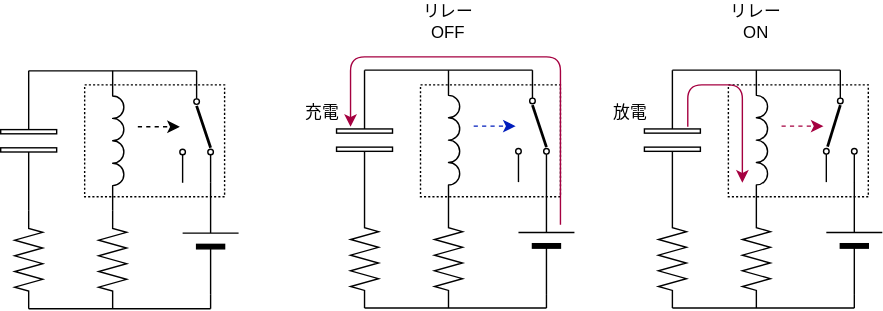
Next-MICON/Next-MOCON.github.io keeps this draw.io diagram as RelayComputer/img/clock-gen.drawio.svg. Above is the earlier version. Source tidied: cells renumbered, new cells last; positions are measured from the earlier drawing's top-left corner, leaving out a move shared by most shapes.
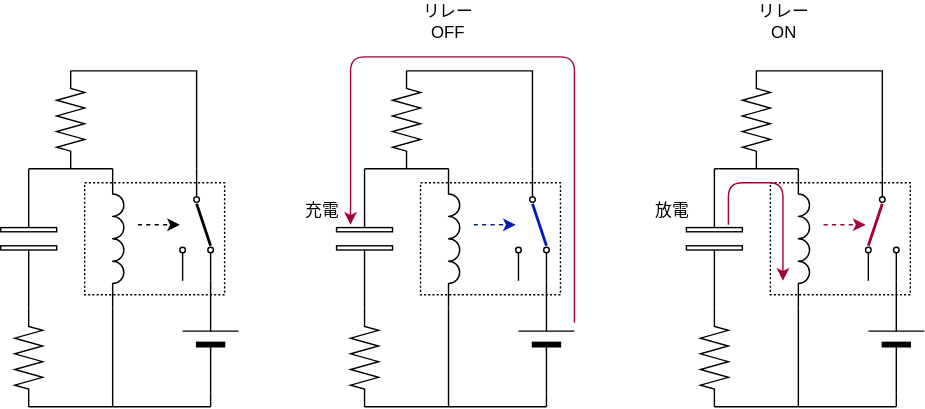
The same file after the commit.

Diff of the diagram source:
```diff
@@ -2,12 +2,6 @@
   <root>
     <mxCell id="0" />
     <mxCell id="1" parent="0" />
-    <mxCell id="2" style="rounded=0;whiteSpace=wrap;html=1;dashed=1;strokeWidth=0.5;" parent="1" vertex="1">
-      <mxGeometry x="520" y="60" width="100" height="80" as="geometry" />
-    </mxCell>
-    <mxCell id="3" style="rounded=0;whiteSpace=wrap;html=1;dashed=1;strokeWidth=0.5;" parent="1" vertex="1">
-      <mxGeometry x="300" y="60" width="100" height="80" as="geometry" />
-    </mxCell>
     <mxCell id="4" style="rounded=0;whiteSpace=wrap;html=1;dashed=1;strokeWidth=0.5;" parent="1" vertex="1">
       <mxGeometry x="60" y="60" width="100" height="80" as="geometry" />
     </mxCell>
@@ -18,7 +12,7 @@
       <mxGeometry x="10" y="150" width="20" height="70" as="geometry" />
     </mxCell>
     <mxCell id="7" style="verticalLabelPosition=bottom;shadow=0;dashed=0;align=center;html=1;verticalAlign=top;shape=mxgraph.electrical.resistors.resistor_2;direction=south;" parent="1" vertex="1">
-      <mxGeometry x="70" y="150" width="20" height="70" as="geometry" />
+      <mxGeometry x="40" y="-20" width="20" height="70" as="geometry" />
     </mxCell>
     <mxCell id="8" style="verticalLabelPosition=bottom;shadow=0;dashed=0;align=center;fillColor=#000000;html=1;verticalAlign=top;strokeWidth=1;shape=mxgraph.electrical.miscellaneous.monocell_battery;direction=north;" parent="1" vertex="1">
       <mxGeometry x="130" y="130" width="40" height="80" as="geometry" />
@@ -39,7 +33,7 @@
     </mxCell>
     <mxCell id="12" style="endArrow=none;html=1;exitX=0;exitY=0.5;exitDx=0;exitDy=0;exitPerimeter=0;" parent="1" edge="1" source="5">
       <mxGeometry relative="1" as="geometry">
-        <mxPoint x="140" y="50" as="targetPoint" />
+        <mxPoint x="80" y="50" as="targetPoint" />
       </mxGeometry>
     </mxCell>
     <mxCell id="13" style="ellipse;whiteSpace=wrap;html=1;fillColor=#FFFFFF;" parent="1" vertex="1">
@@ -81,176 +75,225 @@
         <mxPoint x="128" y="90" as="targetPoint" />
       </mxGeometry>
     </mxCell>
-    <mxCell id="21" style="verticalLabelPosition=bottom;shadow=0;dashed=0;align=center;html=1;verticalAlign=top;shape=mxgraph.electrical.capacitors.capacitor_4;direction=south;" parent="1" vertex="1">
-      <mxGeometry x="240" y="49.5" width="40" height="100" as="geometry" />
-    </mxCell>
-    <mxCell id="22" style="verticalLabelPosition=bottom;shadow=0;dashed=0;align=center;html=1;verticalAlign=top;shape=mxgraph.electrical.resistors.resistor_2;direction=south;" parent="1" vertex="1">
-      <mxGeometry x="250" y="149.5" width="20" height="70" as="geometry" />
-    </mxCell>
-    <mxCell id="23" style="verticalLabelPosition=bottom;shadow=0;dashed=0;align=center;html=1;verticalAlign=top;shape=mxgraph.electrical.resistors.resistor_2;direction=south;" parent="1" vertex="1">
-      <mxGeometry x="310" y="149.5" width="20" height="70" as="geometry" />
-    </mxCell>
-    <mxCell id="24" style="verticalLabelPosition=bottom;shadow=0;dashed=0;align=center;fillColor=#000000;html=1;verticalAlign=top;strokeWidth=1;shape=mxgraph.electrical.miscellaneous.monocell_battery;direction=north;" parent="1" vertex="1">
-      <mxGeometry x="370" y="129.5" width="40" height="80" as="geometry" />
-    </mxCell>
-    <mxCell id="25" style="verticalLabelPosition=bottom;shadow=0;dashed=0;align=center;html=1;verticalAlign=top;shape=mxgraph.electrical.inductors.inductor_3;direction=south;" parent="1" vertex="1">
-      <mxGeometry x="320" y="49.5" width="8" height="100" as="geometry" />
-    </mxCell>
-    <mxCell id="26" style="endArrow=none;html=1;" parent="1" edge="1">
-      <mxGeometry relative="1" as="geometry">
-        <mxPoint x="260" y="219.5" as="sourcePoint" />
-        <mxPoint x="390" y="219.5" as="targetPoint" />
-      </mxGeometry>
-    </mxCell>
-    <mxCell id="27" style="endArrow=none;html=1;entryX=0;entryY=0.5;entryDx=0;entryDy=0;entryPerimeter=0;" parent="1" edge="1" target="24">
-      <mxGeometry relative="1" as="geometry">
-        <mxPoint x="390" y="219.5" as="sourcePoint" />
-      </mxGeometry>
-    </mxCell>
-    <mxCell id="28" style="endArrow=none;html=1;exitX=0;exitY=0.5;exitDx=0;exitDy=0;exitPerimeter=0;" parent="1" edge="1" source="21">
-      <mxGeometry relative="1" as="geometry">
-        <mxPoint x="380" y="49.5" as="targetPoint" />
-      </mxGeometry>
-    </mxCell>
-    <mxCell id="29" style="ellipse;whiteSpace=wrap;html=1;fillColor=#FFFFFF;" parent="1" vertex="1">
-      <mxGeometry x="368" y="105.5" width="4" height="4" as="geometry" />
-    </mxCell>
-    <mxCell id="30" style="ellipse;whiteSpace=wrap;html=1;fillColor=#FFFFFF;" parent="1" vertex="1">
-      <mxGeometry x="378" y="69.5" width="4" height="4" as="geometry" />
-    </mxCell>
-    <mxCell id="31" style="ellipse;whiteSpace=wrap;html=1;fillColor=#FFFFFF;" parent="1" vertex="1">
-      <mxGeometry x="388" y="105.5" width="4" height="4" as="geometry" />
-    </mxCell>
-    <mxCell id="32" style="endArrow=none;html=1;" parent="1" edge="1">
-      <mxGeometry relative="1" as="geometry">
-        <mxPoint x="370" y="129.5" as="sourcePoint" />
-        <mxPoint x="370" y="109.5" as="targetPoint" />
-      </mxGeometry>
-    </mxCell>
-    <mxCell id="33" style="endArrow=none;html=1;" parent="1" edge="1">
-      <mxGeometry relative="1" as="geometry">
-        <mxPoint x="390" y="129.5" as="sourcePoint" />
-        <mxPoint x="390" y="109.5" as="targetPoint" />
-      </mxGeometry>
-    </mxCell>
-    <mxCell id="34" style="endArrow=none;html=1;" parent="1" edge="1">
-      <mxGeometry relative="1" as="geometry">
-        <mxPoint x="380" y="69.5" as="sourcePoint" />
-        <mxPoint x="380" y="49.5" as="targetPoint" />
-      </mxGeometry>
-    </mxCell>
-    <mxCell id="35" style="endArrow=none;html=1;strokeWidth=2;" parent="1" edge="1">
-      <mxGeometry relative="1" as="geometry">
-        <mxPoint x="390" y="104.5" as="sourcePoint" />
-        <mxPoint x="380" y="74.5" as="targetPoint" />
-      </mxGeometry>
-    </mxCell>
-    <mxCell id="36" style="endArrow=classic;html=1;dashed=1;fillColor=#0050ef;strokeColor=#001DBC;" parent="1" edge="1">
-      <mxGeometry relative="1" as="geometry">
-        <mxPoint x="338" y="89.5" as="sourcePoint" />
-        <mxPoint x="368" y="89.5" as="targetPoint" />
-      </mxGeometry>
-    </mxCell>
     <mxCell id="37" value="リレーOFF" style="text;html=1;strokeColor=none;fillColor=none;align=center;verticalAlign=middle;whiteSpace=wrap;rounded=0;" parent="1" vertex="1">
-      <mxGeometry x="300" width="40" height="30" as="geometry" />
+      <mxGeometry x="300" y="-70" width="40" height="30" as="geometry" />
     </mxCell>
     <mxCell id="38" style="endArrow=classic;html=1;fillColor=#d80073;strokeColor=#A50040;" parent="1" edge="1">
       <mxGeometry relative="1" as="geometry">
-        <mxPoint x="400" y="160" as="sourcePoint" />
+        <mxPoint x="410" y="160" as="sourcePoint" />
         <mxPoint x="250" y="90" as="targetPoint" />
         <Array as="points">
-          <mxPoint x="400" y="40" />
-          <mxPoint x="250" y="40" />
+          <mxPoint x="410" y="-30" />
+          <mxPoint x="250" y="-30" />
         </Array>
       </mxGeometry>
     </mxCell>
-    <mxCell id="39" style="verticalLabelPosition=bottom;shadow=0;dashed=0;align=center;html=1;verticalAlign=top;shape=mxgraph.electrical.capacitors.capacitor_4;direction=south;" parent="1" vertex="1">
-      <mxGeometry x="460" y="49.5" width="40" height="100" as="geometry" />
-    </mxCell>
-    <mxCell id="40" style="verticalLabelPosition=bottom;shadow=0;dashed=0;align=center;html=1;verticalAlign=top;shape=mxgraph.electrical.resistors.resistor_2;direction=south;" parent="1" vertex="1">
-      <mxGeometry x="470" y="149.5" width="20" height="70" as="geometry" />
-    </mxCell>
-    <mxCell id="41" style="verticalLabelPosition=bottom;shadow=0;dashed=0;align=center;html=1;verticalAlign=top;shape=mxgraph.electrical.resistors.resistor_2;direction=south;" parent="1" vertex="1">
-      <mxGeometry x="530" y="149.5" width="20" height="70" as="geometry" />
-    </mxCell>
-    <mxCell id="42" style="verticalLabelPosition=bottom;shadow=0;dashed=0;align=center;fillColor=#000000;html=1;verticalAlign=top;strokeWidth=1;shape=mxgraph.electrical.miscellaneous.monocell_battery;direction=north;" parent="1" vertex="1">
-      <mxGeometry x="590" y="129.5" width="40" height="80" as="geometry" />
-    </mxCell>
-    <mxCell id="43" style="verticalLabelPosition=bottom;shadow=0;dashed=0;align=center;html=1;verticalAlign=top;shape=mxgraph.electrical.inductors.inductor_3;direction=south;" parent="1" vertex="1">
-      <mxGeometry x="540" y="49.5" width="8" height="100" as="geometry" />
-    </mxCell>
-    <mxCell id="44" style="endArrow=none;html=1;" parent="1" edge="1">
-      <mxGeometry relative="1" as="geometry">
-        <mxPoint x="480" y="219.5" as="sourcePoint" />
-        <mxPoint x="610" y="219.5" as="targetPoint" />
-      </mxGeometry>
-    </mxCell>
-    <mxCell id="45" style="endArrow=none;html=1;entryX=0;entryY=0.5;entryDx=0;entryDy=0;entryPerimeter=0;" parent="1" edge="1" target="42">
-      <mxGeometry relative="1" as="geometry">
-        <mxPoint x="610" y="219.5" as="sourcePoint" />
-      </mxGeometry>
-    </mxCell>
-    <mxCell id="46" style="endArrow=none;html=1;exitX=0;exitY=0.5;exitDx=0;exitDy=0;exitPerimeter=0;" parent="1" edge="1" source="39">
-      <mxGeometry relative="1" as="geometry">
-        <mxPoint x="600" y="49.5" as="targetPoint" />
-      </mxGeometry>
-    </mxCell>
-    <mxCell id="47" style="ellipse;whiteSpace=wrap;html=1;fillColor=#FFFFFF;" parent="1" vertex="1">
-      <mxGeometry x="588" y="105.5" width="4" height="4" as="geometry" />
-    </mxCell>
-    <mxCell id="48" style="ellipse;whiteSpace=wrap;html=1;fillColor=#FFFFFF;" parent="1" vertex="1">
-      <mxGeometry x="598" y="69.5" width="4" height="4" as="geometry" />
-    </mxCell>
-    <mxCell id="49" style="ellipse;whiteSpace=wrap;html=1;fillColor=#FFFFFF;" parent="1" vertex="1">
-      <mxGeometry x="608" y="105.5" width="4" height="4" as="geometry" />
-    </mxCell>
-    <mxCell id="50" style="endArrow=none;html=1;" parent="1" edge="1">
-      <mxGeometry relative="1" as="geometry">
-        <mxPoint x="590" y="129.5" as="sourcePoint" />
-        <mxPoint x="590" y="109.5" as="targetPoint" />
-      </mxGeometry>
-    </mxCell>
-    <mxCell id="51" style="endArrow=none;html=1;" parent="1" edge="1">
-      <mxGeometry relative="1" as="geometry">
-        <mxPoint x="610" y="129.5" as="sourcePoint" />
-        <mxPoint x="610" y="109.5" as="targetPoint" />
-      </mxGeometry>
-    </mxCell>
-    <mxCell id="52" style="endArrow=none;html=1;" parent="1" edge="1">
-      <mxGeometry relative="1" as="geometry">
-        <mxPoint x="600" y="69.5" as="sourcePoint" />
-        <mxPoint x="600" y="49.5" as="targetPoint" />
-      </mxGeometry>
-    </mxCell>
-    <mxCell id="53" style="endArrow=none;html=1;strokeWidth=2;exitX=0.546;exitY=-5.361;exitDx=0;exitDy=0;exitPerimeter=0;" parent="1" edge="1" source="43">
-      <mxGeometry relative="1" as="geometry">
-        <mxPoint x="600" y="74.5" as="targetPoint" />
-      </mxGeometry>
-    </mxCell>
-    <mxCell id="54" style="endArrow=classic;html=1;dashed=1;fillColor=#d80073;strokeColor=#A50040;" parent="1" edge="1">
-      <mxGeometry relative="1" as="geometry">
-        <mxPoint x="558" y="89.5" as="sourcePoint" />
-        <mxPoint x="588" y="89.5" as="targetPoint" />
-      </mxGeometry>
-    </mxCell>
     <mxCell id="55" value="リレーON" style="text;html=1;strokeColor=none;fillColor=none;align=center;verticalAlign=middle;whiteSpace=wrap;rounded=0;" parent="1" vertex="1">
-      <mxGeometry x="520" width="40" height="30" as="geometry" />
+      <mxGeometry x="540" y="-70" width="40" height="30" as="geometry" />
     </mxCell>
-    <mxCell id="56" style="endArrow=classic;html=1;fillColor=#d80073;strokeColor=#A50040;" parent="1" edge="1">
-      <mxGeometry relative="1" as="geometry">
-        <mxPoint x="491" y="90" as="sourcePoint" />
-        <mxPoint x="530" y="130" as="targetPoint" />
-        <Array as="points">
-          <mxPoint x="491" y="60" />
-          <mxPoint x="530" y="60" />
-        </Array>
-      </mxGeometry>
-    </mxCell>
     <mxCell id="57" value="充電" style="text;html=1;strokeColor=none;fillColor=none;align=center;verticalAlign=middle;whiteSpace=wrap;rounded=0;dashed=1;" parent="1" vertex="1">
       <mxGeometry x="210" y="70" width="40" height="20" as="geometry" />
     </mxCell>
     <mxCell id="58" value="放電" style="text;html=1;strokeColor=none;fillColor=none;align=center;verticalAlign=middle;whiteSpace=wrap;rounded=0;dashed=1;" parent="1" vertex="1">
-      <mxGeometry x="430" y="70" width="40" height="20" as="geometry" />
+      <mxGeometry x="460" y="70" width="40" height="20" as="geometry" />
     </mxCell>
+    <mxCell id="59" style="endArrow=none;html=1;exitX=0;exitY=0.5;exitDx=0;exitDy=0;exitPerimeter=0;rounded=0;" parent="1" edge="1" source="7">
+      <mxGeometry relative="1" as="geometry">
+        <mxPoint x="140" y="50" as="targetPoint" />
+        <Array as="points">
+          <mxPoint x="140" y="-20" />
+        </Array>
+      </mxGeometry>
+    </mxCell>
+    <mxCell id="60" style="endArrow=none;html=1;" parent="1" edge="1">
+      <mxGeometry relative="1" as="geometry">
+        <mxPoint x="80" y="220" as="sourcePoint" />
+        <mxPoint x="80" y="150" as="targetPoint" />
+      </mxGeometry>
+    </mxCell>
+    <mxCell id="3" style="rounded=0;whiteSpace=wrap;html=1;dashed=1;strokeWidth=0.5;" parent="1" vertex="1">
+      <mxGeometry x="300" y="60" width="100" height="80" as="geometry" />
+    </mxCell>
+    <mxCell id="61" style="verticalLabelPosition=bottom;shadow=0;dashed=0;align=center;html=1;verticalAlign=top;shape=mxgraph.electrical.capacitors.capacitor_4;direction=south;" parent="1" vertex="1">
+      <mxGeometry x="240" y="50" width="40" height="100" as="geometry" />
+    </mxCell>
+    <mxCell id="62" style="verticalLabelPosition=bottom;shadow=0;dashed=0;align=center;html=1;verticalAlign=top;shape=mxgraph.electrical.resistors.resistor_2;direction=south;" parent="1" vertex="1">
+      <mxGeometry x="250" y="150" width="20" height="70" as="geometry" />
+    </mxCell>
+    <mxCell id="63" style="verticalLabelPosition=bottom;shadow=0;dashed=0;align=center;html=1;verticalAlign=top;shape=mxgraph.electrical.resistors.resistor_2;direction=south;" parent="1" vertex="1">
+      <mxGeometry x="280" y="-20" width="20" height="70" as="geometry" />
+    </mxCell>
+    <mxCell id="64" style="verticalLabelPosition=bottom;shadow=0;dashed=0;align=center;fillColor=#000000;html=1;verticalAlign=top;strokeWidth=1;shape=mxgraph.electrical.miscellaneous.monocell_battery;direction=north;" parent="1" vertex="1">
+      <mxGeometry x="370" y="130" width="40" height="80" as="geometry" />
+    </mxCell>
+    <mxCell id="65" style="verticalLabelPosition=bottom;shadow=0;dashed=0;align=center;html=1;verticalAlign=top;shape=mxgraph.electrical.inductors.inductor_3;direction=south;" parent="1" vertex="1">
+      <mxGeometry x="320" y="50" width="8" height="100" as="geometry" />
+    </mxCell>
+    <mxCell id="66" style="endArrow=none;html=1;" parent="1" edge="1">
+      <mxGeometry relative="1" as="geometry">
+        <mxPoint x="260" y="220" as="sourcePoint" />
+        <mxPoint x="390" y="220" as="targetPoint" />
+      </mxGeometry>
+    </mxCell>
+    <mxCell id="67" style="endArrow=none;html=1;entryX=0;entryY=0.5;entryDx=0;entryDy=0;entryPerimeter=0;" parent="1" edge="1" target="64">
+      <mxGeometry relative="1" as="geometry">
+        <mxPoint x="390" y="220" as="sourcePoint" />
+      </mxGeometry>
+    </mxCell>
+    <mxCell id="68" style="endArrow=none;html=1;exitX=0;exitY=0.5;exitDx=0;exitDy=0;exitPerimeter=0;" parent="1" edge="1" source="61">
+      <mxGeometry relative="1" as="geometry">
+        <mxPoint x="320" y="50" as="targetPoint" />
+      </mxGeometry>
+    </mxCell>
+    <mxCell id="69" style="ellipse;whiteSpace=wrap;html=1;fillColor=#FFFFFF;" parent="1" vertex="1">
+      <mxGeometry x="368" y="106" width="4" height="4" as="geometry" />
+    </mxCell>
+    <mxCell id="70" style="ellipse;whiteSpace=wrap;html=1;fillColor=#FFFFFF;" parent="1" vertex="1">
+      <mxGeometry x="378" y="70" width="4" height="4" as="geometry" />
+    </mxCell>
+    <mxCell id="71" style="ellipse;whiteSpace=wrap;html=1;fillColor=#FFFFFF;" parent="1" vertex="1">
+      <mxGeometry x="388" y="106" width="4" height="4" as="geometry" />
+    </mxCell>
+    <mxCell id="72" style="endArrow=none;html=1;" parent="1" edge="1">
+      <mxGeometry relative="1" as="geometry">
+        <mxPoint x="370" y="130" as="sourcePoint" />
+        <mxPoint x="370" y="110" as="targetPoint" />
+      </mxGeometry>
+    </mxCell>
+    <mxCell id="73" style="endArrow=none;html=1;" parent="1" edge="1">
+      <mxGeometry relative="1" as="geometry">
+        <mxPoint x="390" y="130" as="sourcePoint" />
+        <mxPoint x="390" y="110" as="targetPoint" />
+      </mxGeometry>
+    </mxCell>
+    <mxCell id="74" style="endArrow=none;html=1;" parent="1" edge="1">
+      <mxGeometry relative="1" as="geometry">
+        <mxPoint x="380" y="70" as="sourcePoint" />
+        <mxPoint x="380" y="50" as="targetPoint" />
+      </mxGeometry>
+    </mxCell>
+    <mxCell id="75" style="endArrow=none;html=1;strokeWidth=2;fillColor=#0050ef;strokeColor=#001DBC;" parent="1" edge="1">
+      <mxGeometry relative="1" as="geometry">
+        <mxPoint x="390" y="105" as="sourcePoint" />
+        <mxPoint x="380" y="75" as="targetPoint" />
+      </mxGeometry>
+    </mxCell>
+    <mxCell id="76" style="endArrow=classic;html=1;dashed=1;fillColor=#0050ef;strokeColor=#001DBC;" parent="1" edge="1">
+      <mxGeometry relative="1" as="geometry">
+        <mxPoint x="338" y="90" as="sourcePoint" />
+        <mxPoint x="368" y="90" as="targetPoint" />
+      </mxGeometry>
+    </mxCell>
+    <mxCell id="77" style="endArrow=none;html=1;exitX=0;exitY=0.5;exitDx=0;exitDy=0;exitPerimeter=0;rounded=0;" parent="1" edge="1" source="63">
+      <mxGeometry relative="1" as="geometry">
+        <mxPoint x="380" y="50" as="targetPoint" />
+        <Array as="points">
+          <mxPoint x="380" y="-20" />
+        </Array>
+      </mxGeometry>
+    </mxCell>
+    <mxCell id="78" style="endArrow=none;html=1;" parent="1" edge="1">
+      <mxGeometry relative="1" as="geometry">
+        <mxPoint x="320" y="220" as="sourcePoint" />
+        <mxPoint x="320" y="150" as="targetPoint" />
+      </mxGeometry>
+    </mxCell>
+    <mxCell id="79" style="rounded=0;whiteSpace=wrap;html=1;dashed=1;strokeWidth=0.5;" parent="1" vertex="1">
+      <mxGeometry x="550" y="60" width="100" height="80" as="geometry" />
+    </mxCell>
+    <mxCell id="80" style="verticalLabelPosition=bottom;shadow=0;dashed=0;align=center;html=1;verticalAlign=top;shape=mxgraph.electrical.capacitors.capacitor_4;direction=south;" parent="1" vertex="1">
+      <mxGeometry x="490" y="50" width="40" height="100" as="geometry" />
+    </mxCell>
+    <mxCell id="81" style="verticalLabelPosition=bottom;shadow=0;dashed=0;align=center;html=1;verticalAlign=top;shape=mxgraph.electrical.resistors.resistor_2;direction=south;" parent="1" vertex="1">
+      <mxGeometry x="500" y="150" width="20" height="70" as="geometry" />
+    </mxCell>
+    <mxCell id="82" style="verticalLabelPosition=bottom;shadow=0;dashed=0;align=center;html=1;verticalAlign=top;shape=mxgraph.electrical.resistors.resistor_2;direction=south;" parent="1" vertex="1">
+      <mxGeometry x="530" y="-20" width="20" height="70" as="geometry" />
+    </mxCell>
+    <mxCell id="83" style="verticalLabelPosition=bottom;shadow=0;dashed=0;align=center;fillColor=#000000;html=1;verticalAlign=top;strokeWidth=1;shape=mxgraph.electrical.miscellaneous.monocell_battery;direction=north;" parent="1" vertex="1">
+      <mxGeometry x="620" y="130" width="40" height="80" as="geometry" />
+    </mxCell>
+    <mxCell id="84" style="verticalLabelPosition=bottom;shadow=0;dashed=0;align=center;html=1;verticalAlign=top;shape=mxgraph.electrical.inductors.inductor_3;direction=south;" parent="1" vertex="1">
+      <mxGeometry x="570" y="50" width="8" height="100" as="geometry" />
+    </mxCell>
+    <mxCell id="85" style="endArrow=none;html=1;" parent="1" edge="1">
+      <mxGeometry relative="1" as="geometry">
+        <mxPoint x="510" y="220" as="sourcePoint" />
+        <mxPoint x="640" y="220" as="targetPoint" />
+      </mxGeometry>
+    </mxCell>
+    <mxCell id="86" style="endArrow=none;html=1;entryX=0;entryY=0.5;entryDx=0;entryDy=0;entryPerimeter=0;" parent="1" edge="1" target="83">
+      <mxGeometry relative="1" as="geometry">
+        <mxPoint x="640" y="220" as="sourcePoint" />
+      </mxGeometry>
+    </mxCell>
+    <mxCell id="87" style="endArrow=none;html=1;exitX=0;exitY=0.5;exitDx=0;exitDy=0;exitPerimeter=0;" parent="1" edge="1" source="80">
+      <mxGeometry relative="1" as="geometry">
+        <mxPoint x="570" y="50" as="targetPoint" />
+      </mxGeometry>
+    </mxCell>
+    <mxCell id="88" style="ellipse;whiteSpace=wrap;html=1;fillColor=#FFFFFF;" parent="1" vertex="1">
+      <mxGeometry x="618" y="106" width="4" height="4" as="geometry" />
+    </mxCell>
+    <mxCell id="89" style="ellipse;whiteSpace=wrap;html=1;fillColor=#FFFFFF;" parent="1" vertex="1">
+      <mxGeometry x="628" y="70" width="4" height="4" as="geometry" />
+    </mxCell>
+    <mxCell id="90" style="ellipse;whiteSpace=wrap;html=1;fillColor=#FFFFFF;" parent="1" vertex="1">
+      <mxGeometry x="638" y="106" width="4" height="4" as="geometry" />
+    </mxCell>
+    <mxCell id="91" style="endArrow=none;html=1;" parent="1" edge="1">
+      <mxGeometry relative="1" as="geometry">
+        <mxPoint x="620" y="130" as="sourcePoint" />
+        <mxPoint x="620" y="110" as="targetPoint" />
+      </mxGeometry>
+    </mxCell>
+    <mxCell id="92" style="endArrow=none;html=1;" parent="1" edge="1">
+      <mxGeometry relative="1" as="geometry">
+        <mxPoint x="640" y="130" as="sourcePoint" />
+        <mxPoint x="640" y="110" as="targetPoint" />
+      </mxGeometry>
+    </mxCell>
+    <mxCell id="93" style="endArrow=none;html=1;" parent="1" edge="1">
+      <mxGeometry relative="1" as="geometry">
+        <mxPoint x="630" y="70" as="sourcePoint" />
+        <mxPoint x="630" y="50" as="targetPoint" />
+      </mxGeometry>
+    </mxCell>
+    <mxCell id="94" style="endArrow=none;html=1;strokeWidth=2;fillColor=#d80073;strokeColor=#A50040;" parent="1" edge="1">
+      <mxGeometry relative="1" as="geometry">
+        <mxPoint x="620" y="105" as="sourcePoint" />
+        <mxPoint x="630" y="75" as="targetPoint" />
+      </mxGeometry>
+    </mxCell>
+    <mxCell id="95" style="endArrow=classic;html=1;dashed=1;fillColor=#d80073;strokeColor=#A50040;" parent="1" edge="1">
+      <mxGeometry relative="1" as="geometry">
+        <mxPoint x="588" y="90" as="sourcePoint" />
+        <mxPoint x="618" y="90" as="targetPoint" />
+      </mxGeometry>
+    </mxCell>
+    <mxCell id="96" style="endArrow=none;html=1;exitX=0;exitY=0.5;exitDx=0;exitDy=0;exitPerimeter=0;rounded=0;" parent="1" edge="1" source="82">
+      <mxGeometry relative="1" as="geometry">
+        <mxPoint x="630" y="50" as="targetPoint" />
+        <Array as="points">
+          <mxPoint x="630" y="-20" />
+        </Array>
+      </mxGeometry>
+    </mxCell>
+    <mxCell id="97" style="endArrow=none;html=1;" parent="1" edge="1">
+      <mxGeometry relative="1" as="geometry">
+        <mxPoint x="570" y="220" as="sourcePoint" />
+        <mxPoint x="570" y="150" as="targetPoint" />
+      </mxGeometry>
+    </mxCell>
+    <mxCell id="56" style="endArrow=classic;html=1;fillColor=#d80073;strokeColor=#A50040;" parent="1" edge="1">
+      <mxGeometry relative="1" as="geometry">
+        <mxPoint x="520" y="90" as="sourcePoint" />
+        <mxPoint x="559" y="130" as="targetPoint" />
+        <Array as="points">
+          <mxPoint x="520" y="60" />
+          <mxPoint x="559" y="60" />
+        </Array>
+      </mxGeometry>
+    </mxCell>
   </root>
 </mxGraphModel>
```
